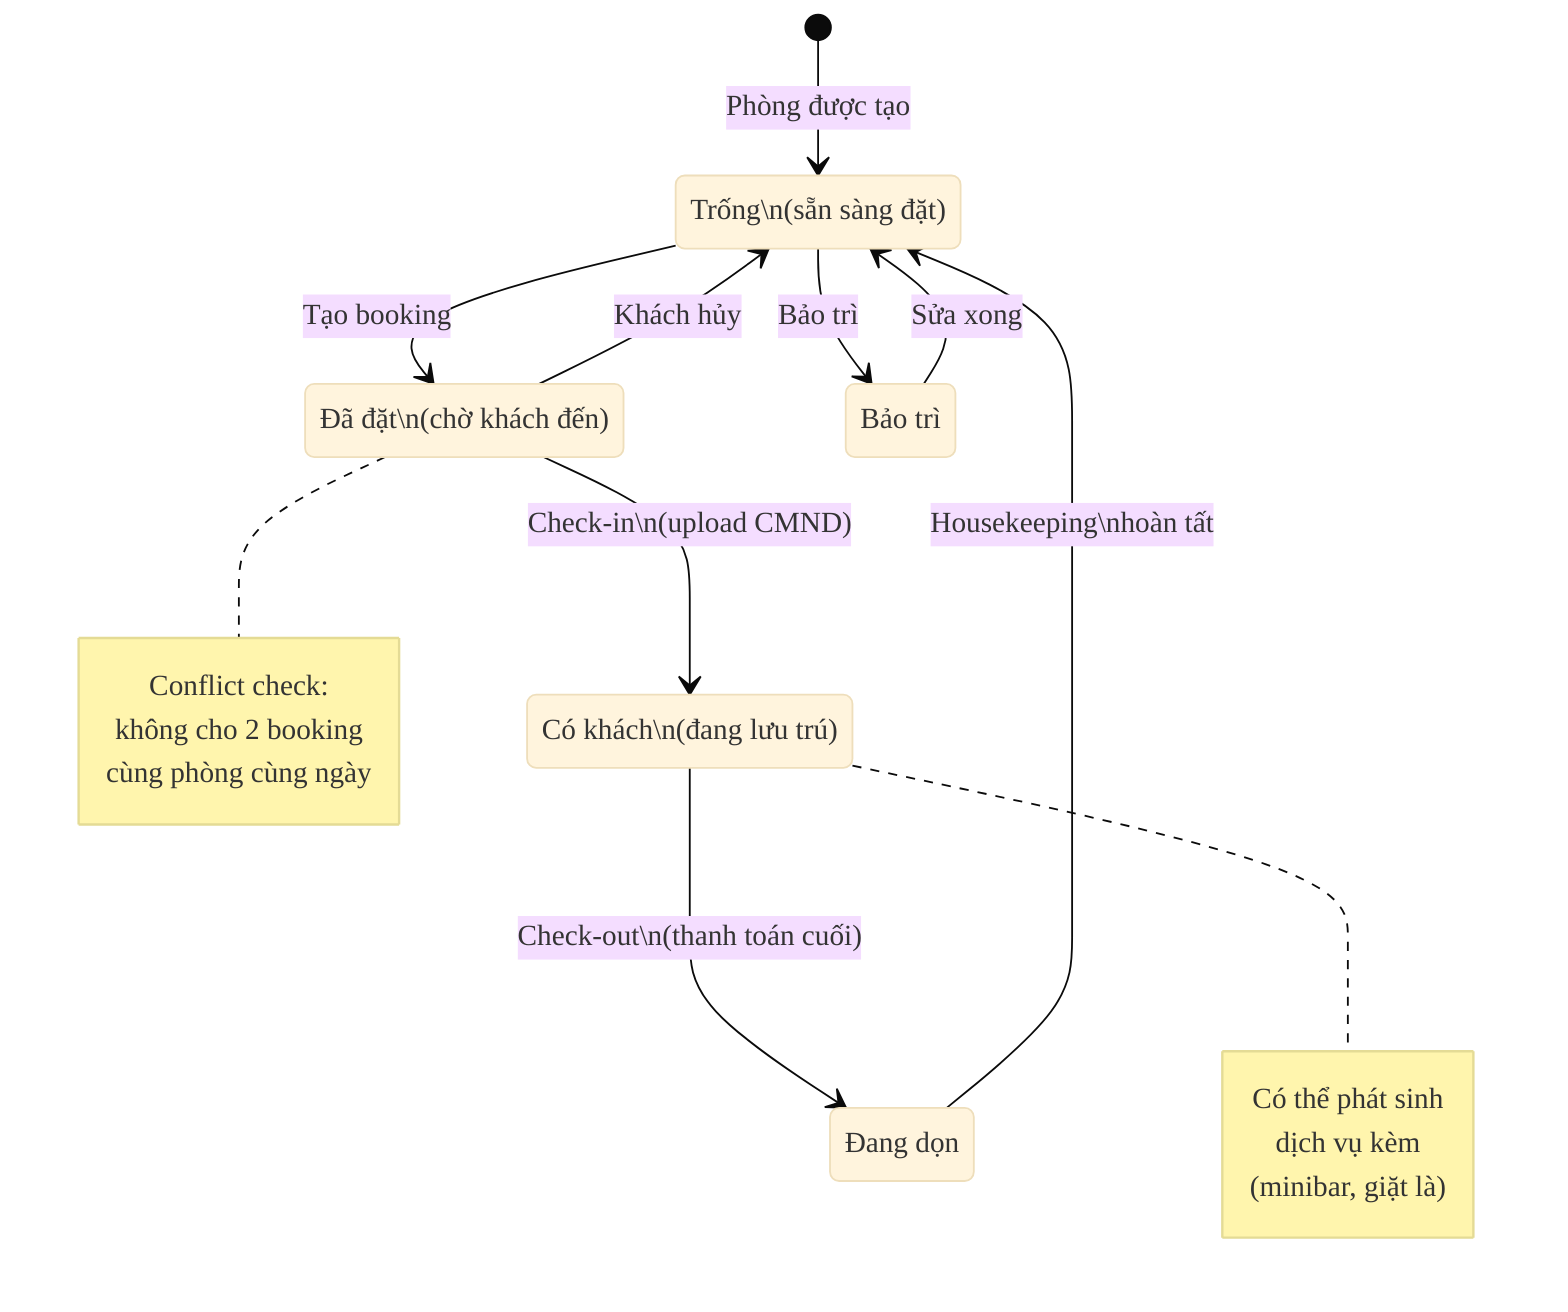
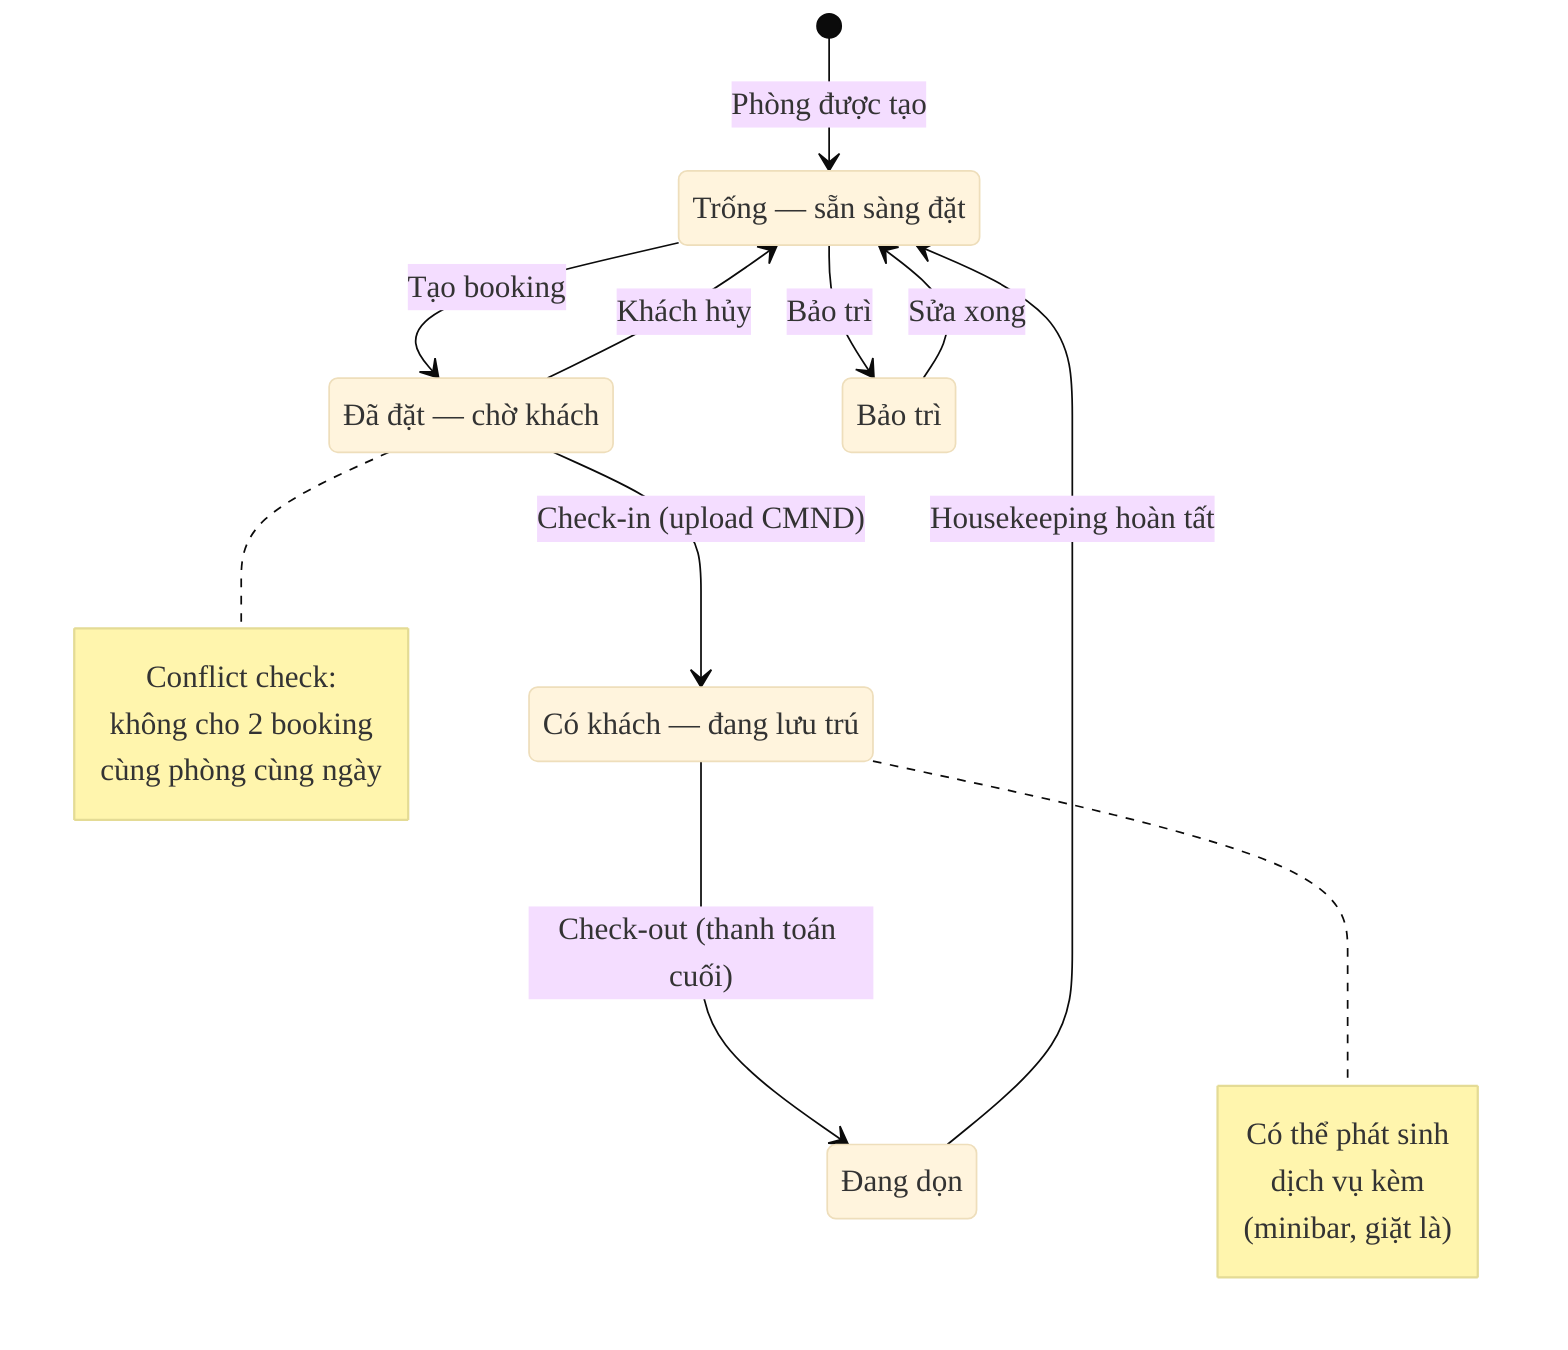
- %%{init: {'theme':'base', 'themeVariables': {'fontFamily':'Calibri'}}}%%
+ %%{init: {'theme':'base', 'themeVariables': {'fontFamily':'Calibri','fontSize':'18px'}}}%%
stateDiagram-v2
    [*] --> Available: Phòng được tạo

-     Available: Trống\n(sẵn sàng đặt)
+     Available: Trống — sẵn sàng đặt
    Available --> Booked: Tạo booking
    Available --> Maintenance: Bảo trì

-     Booked: Đã đặt\n(chờ khách đến)
-     Booked --> Occupied: Check-in\n(upload CMND)
+     Booked: Đã đặt — chờ khách
+     Booked --> Occupied: Check-in (upload CMND)
    Booked --> Available: Khách hủy

-     Occupied: Có khách\n(đang lưu trú)
-     Occupied --> Cleaning: Check-out\n(thanh toán cuối)
+     Occupied: Có khách — đang lưu trú
+     Occupied --> Cleaning: Check-out (thanh toán cuối)

    Cleaning: Đang dọn
-     Cleaning --> Available: Housekeeping\nhoàn tất
+     Cleaning --> Available: Housekeeping hoàn tất

    Maintenance: Bảo trì
    Maintenance --> Available: Sửa xong

    note right of Booked
        Conflict check:
        không cho 2 booking
        cùng phòng cùng ngày
    end note

    note right of Occupied
        Có thể phát sinh
        dịch vụ kèm
        (minibar, giặt là)
    end note
